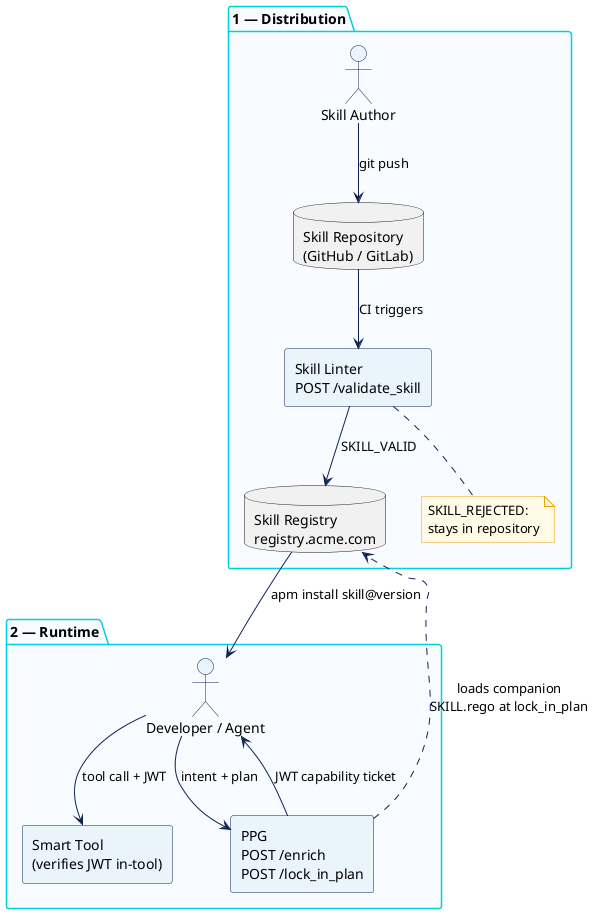
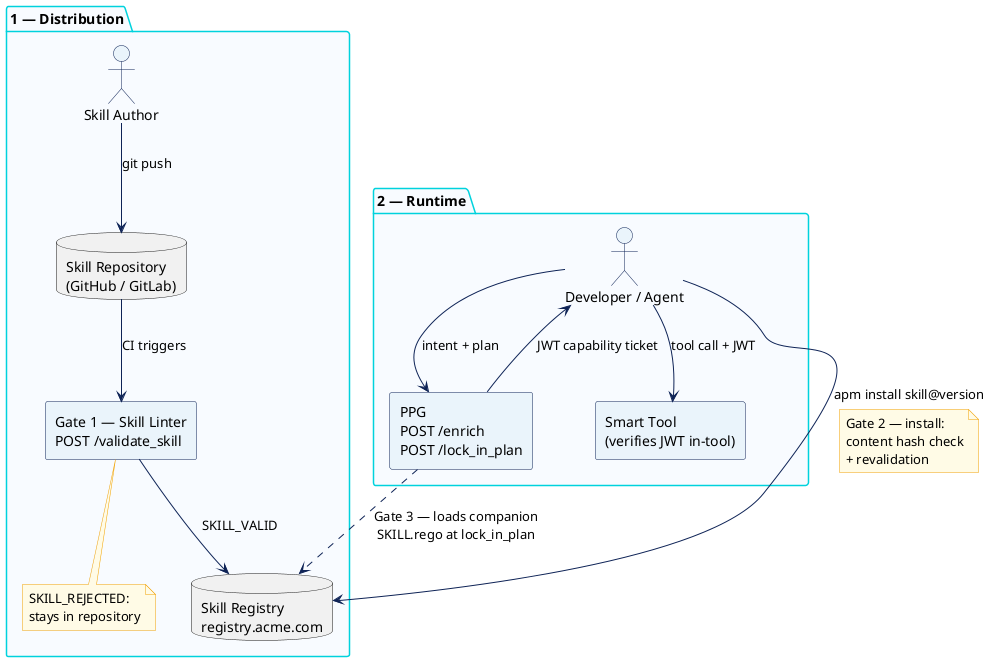
@startuml skill-registry-architecture
' System overview: two phases — distribution, then runtime

skinparam defaultFontName monospace
skinparam backgroundColor white
skinparam componentStyle rectangle
skinparam ArrowColor #0E2356
skinparam ComponentBackgroundColor #EAF4FB
skinparam ComponentBorderColor #0E2356
skinparam PackageBackgroundColor #F8FBFF
skinparam PackageBorderColor #00D2DD
skinparam NoteBackgroundColor #FFFBE6
skinparam NoteBorderColor #F0A000
skinparam ActorBackgroundColor #EAF4FB
skinparam ActorBorderColor #0E2356

package "1 — Distribution" as DIST {
  actor "Skill Author" as AUTHOR
  database "Skill Repository\n(GitHub / GitLab)" as REPO
-   component "Skill Linter\nPOST /validate_skill" as LINTER
+   component "Gate 1 — Skill Linter\nPOST /validate_skill" as LINTER
  database "Skill Registry\nregistry.acme.com" as REGISTRY

  AUTHOR --> REPO : git push
  REPO --> LINTER : CI triggers
  LINTER --> REGISTRY : SKILL_VALID

  note bottom of LINTER
    SKILL_REJECTED:
    stays in repository
  end note
}

package "2 — Runtime" as RT {
  actor "Developer / Agent" as CONSUMER
  component "PPG\nPOST /enrich\nPOST /lock_in_plan" as PPG
  component "Smart Tool\n(verifies JWT in-tool)" as TOOL

  CONSUMER --> PPG : intent + plan
  PPG --> CONSUMER : JWT capability ticket
  CONSUMER --> TOOL : tool call + JWT
}

- REGISTRY --> CONSUMER : apm install skill@version
- PPG ..> REGISTRY : loads companion\nSKILL.rego at lock_in_plan
+ CONSUMER --> REGISTRY : apm install skill@version
+ note on link
+   Gate 2 — install:
+   content hash check
+   + revalidation
+ end note
+ 
+ PPG ..> REGISTRY : Gate 3 — loads companion\nSKILL.rego at lock_in_plan

@enduml
